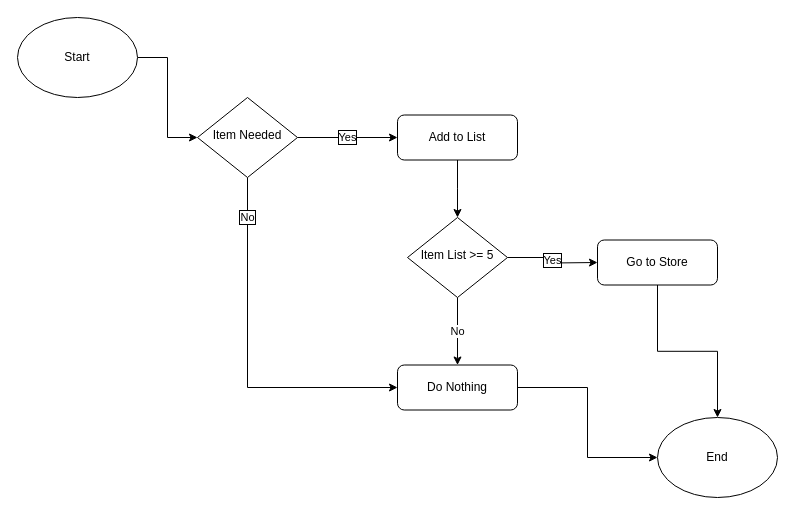
This is page "Food" (3 of 7) of Comp Prog 12/Socks.drawio from Jchisholm204/JChisholm, a draw.io file, before an edit. Source tidied: cells renumbered, new cells numbered last; positions are measured from the earlier drawing's top-left corner, leaving out a move shared by most shapes. Both pictures are drawn from the tidied source at 100%, with x=0, y=0 at pixel (17, 17).
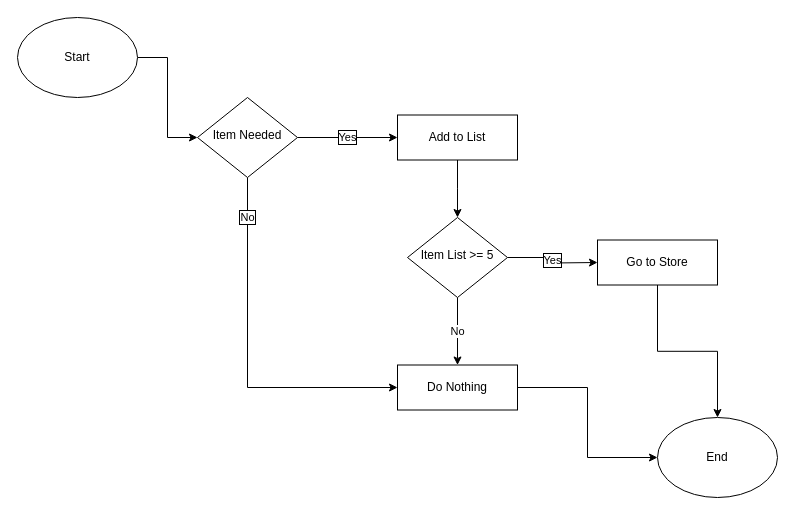
The same diagram, later.

Diff of the diagram source:
```diff
@@
 <mxGraphModel>
   <root>
     <mxCell id="0" />
     <mxCell id="1" parent="0" />
     <mxCell id="2" value="Yes" style="edgeStyle=orthogonalEdgeStyle;rounded=0;jettySize=auto;html=1;exitX=1;exitY=0.5;exitDx=0;exitDy=0;entryX=0;entryY=0.5;entryDx=0;entryDy=0;labelBorderColor=#000000;" parent="1" edge="1" source="4" target="6">
       <mxGeometry relative="1" as="geometry" />
     </mxCell>
     <mxCell id="3" value="No" style="edgeStyle=orthogonalEdgeStyle;rounded=0;jettySize=auto;html=1;exitX=0.5;exitY=1;exitDx=0;exitDy=0;entryX=0;entryY=0.5;entryDx=0;entryDy=0;labelBorderColor=#000000;" parent="1" edge="1" source="4" target="10">
       <mxGeometry x="-0.78" relative="1" as="geometry" />
     </mxCell>
     <mxCell id="4" value="Item Needed" style="rhombus;whiteSpace=wrap;html=1;shadow=0;fontFamily=Helvetica;fontSize=12;align=center;strokeWidth=1;spacing=6;spacingTop=-4;" parent="1" vertex="1">
       <mxGeometry x="180" y="80" width="100" height="80" as="geometry" />
     </mxCell>
     <mxCell id="5" style="edgeStyle=orthogonalEdgeStyle;rounded=0;jettySize=auto;html=1;" parent="1" edge="1" source="6">
       <mxGeometry relative="1" as="geometry">
         <mxPoint x="440" y="200" as="targetPoint" />
       </mxGeometry>
     </mxCell>
-    <mxCell id="6" value="Add to List" style="whiteSpace=wrap;html=1;rounded=1;shadow=0;strokeWidth=1;glass=0;" parent="1" vertex="1">
+    <mxCell id="6" value="Add to List" style="whiteSpace=wrap;html=1;rounded=0;shadow=0;strokeWidth=1;glass=0;" parent="1" vertex="1">
       <mxGeometry x="380" y="97.5" width="120" height="45" as="geometry" />
     </mxCell>
     <mxCell id="7" value="Yes" style="edgeStyle=orthogonalEdgeStyle;rounded=0;jettySize=auto;html=1;exitX=1;exitY=0.5;exitDx=0;exitDy=0;labelBorderColor=#000000;" parent="1" edge="1" source="13">
       <mxGeometry relative="1" as="geometry">
         <mxPoint x="580" y="245" as="targetPoint" />
       </mxGeometry>
     </mxCell>
     <mxCell id="8" value="No" style="edgeStyle=orthogonalEdgeStyle;rounded=0;jettySize=auto;html=1;exitX=0.5;exitY=1;exitDx=0;exitDy=0;" parent="1" edge="1" source="13" target="10">
       <mxGeometry relative="1" as="geometry" />
     </mxCell>
     <mxCell id="9" style="edgeStyle=orthogonalEdgeStyle;rounded=0;jettySize=auto;html=1;exitX=1;exitY=0.5;exitDx=0;exitDy=0;entryX=0;entryY=0.5;entryDx=0;entryDy=0;fontColor=#000000;" parent="1" edge="1" source="10" target="16">
       <mxGeometry relative="1" as="geometry" />
     </mxCell>
-    <mxCell id="10" value="Do Nothing" style="whiteSpace=wrap;html=1;rounded=1;shadow=0;strokeWidth=1;glass=0;" parent="1" vertex="1">
+    <mxCell id="10" value="Do Nothing" style="whiteSpace=wrap;html=1;rounded=0;shadow=0;strokeWidth=1;glass=0;" parent="1" vertex="1">
       <mxGeometry x="380" y="347.5" width="120" height="45" as="geometry" />
     </mxCell>
     <mxCell id="11" style="edgeStyle=orthogonalEdgeStyle;rounded=0;jettySize=auto;html=1;exitX=0.5;exitY=1;exitDx=0;exitDy=0;fontColor=#000000;" parent="1" edge="1" source="12" target="16">
       <mxGeometry relative="1" as="geometry" />
     </mxCell>
-    <mxCell id="12" value="Go to Store" style="whiteSpace=wrap;html=1;rounded=1;shadow=0;strokeWidth=1;glass=0;" parent="1" vertex="1">
+    <mxCell id="12" value="Go to Store" style="whiteSpace=wrap;html=1;rounded=0;shadow=0;strokeWidth=1;glass=0;" parent="1" vertex="1">
       <mxGeometry x="580" y="222.5" width="120" height="45" as="geometry" />
     </mxCell>
     <mxCell id="13" value="Item List &amp;gt;= 5" style="rhombus;whiteSpace=wrap;html=1;shadow=0;fontFamily=Helvetica;fontSize=12;align=center;strokeWidth=1;spacing=6;spacingTop=-4;" parent="1" vertex="1">
       <mxGeometry x="390" y="200" width="100" height="80" as="geometry" />
     </mxCell>
     <mxCell id="14" style="edgeStyle=orthogonalEdgeStyle;rounded=0;jettySize=auto;html=1;exitX=1;exitY=0.5;exitDx=0;exitDy=0;entryX=0;entryY=0.5;entryDx=0;entryDy=0;fontColor=#000000;" parent="1" edge="1" source="15" target="4">
       <mxGeometry relative="1" as="geometry" />
     </mxCell>
     <mxCell id="15" value="Start" style="ellipse;whiteSpace=wrap;html=1;fontColor=#000000;" parent="1" vertex="1">
       <mxGeometry width="120" height="80" as="geometry" />
     </mxCell>
     <mxCell id="16" value="End" style="ellipse;whiteSpace=wrap;html=1;fontColor=#000000;" parent="1" vertex="1">
       <mxGeometry x="640" y="400" width="120" height="80" as="geometry" />
     </mxCell>
   </root>
 </mxGraphModel>
```
